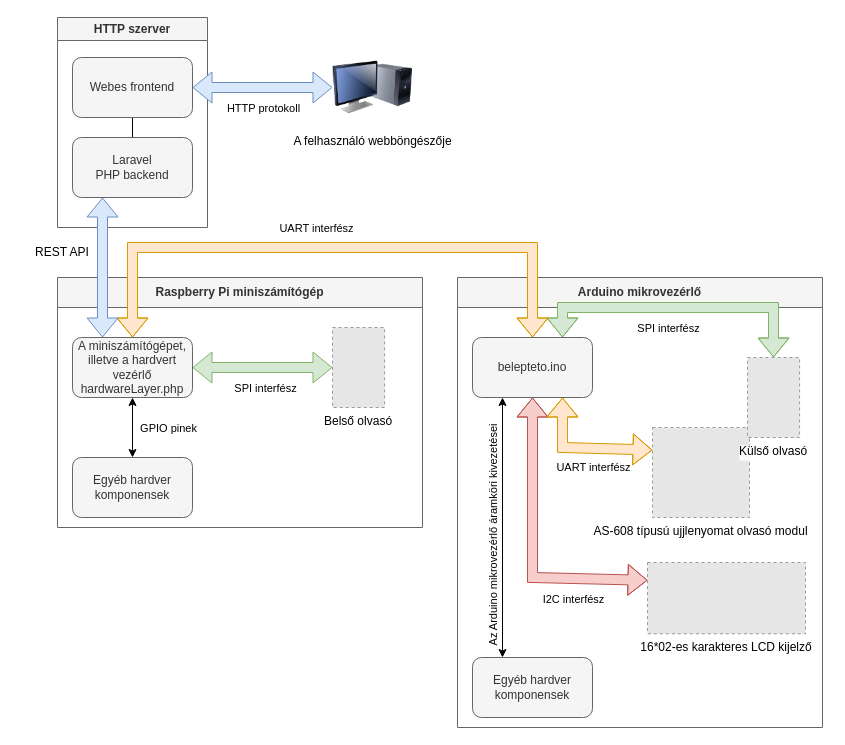
Before: documentation/images/belepteto-rendszerterv.drawio in Mlevike/okos-belepteto-rendszer, a draw.io diagram. Source tidied: cells renumbered, new cells numbered last; positions are measured from the earlier drawing's top-left corner, leaving out a move shared by most shapes. Both pictures are drawn from the tidied source at 100%, with x=0, y=0 at pixel (17, 17). Pictures stored in the file or linked from it are replaced by grey dashed boxes.
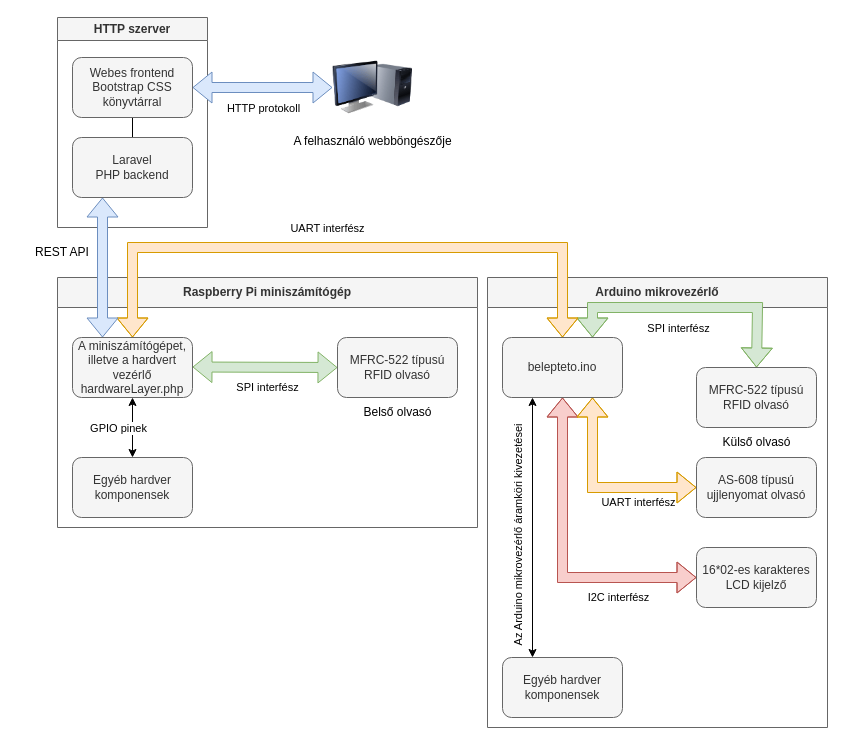
Above is the later version.

Unchanged cells that the change refers to:
```xml
<mxCell id="3" value="HTTP szerver" style="swimlane;whiteSpace=wrap;html=1;fillColor=#f5f5f5;fontColor=#333333;strokeColor=#666666;" parent="1" vertex="1">
  <mxGeometry x="40" width="150" height="210" as="geometry" />
</mxCell>
<mxCell id="12" value="A miniszámítógépet, illetve a hardvert vezérlő hardwareLayer.php" style="rounded=1;whiteSpace=wrap;html=1;fillColor=#f5f5f5;fontColor=#333333;strokeColor=#666666;" parent="10" vertex="1">
  <mxGeometry x="15" y="60" width="120" height="60" as="geometry" />
</mxCell>
<mxCell id="18" style="edgeStyle=orthogonalEdgeStyle;rounded=0;jettySize=auto;html=1;exitX=0.25;exitY=1;exitDx=0;exitDy=0;entryX=0.25;entryY=0;entryDx=0;entryDy=0;startArrow=classic;startFill=1;" parent="17" edge="1" source="20" target="24">
  <mxGeometry relative="1" as="geometry" />
</mxCell>
<mxCell id="20" value="belepteto.ino" style="rounded=1;whiteSpace=wrap;html=1;fillColor=#f5f5f5;fontColor=#333333;strokeColor=#666666;" parent="17" vertex="1">
  <mxGeometry x="15" y="60" width="120" height="60" as="geometry" />
</mxCell>
```

Change to the diagram source:
```diff
@@
-    <mxCell id="4" value="Webes frontend" style="rounded=1;whiteSpace=wrap;html=1;fillColor=#f5f5f5;fontColor=#333333;strokeColor=#666666;" parent="3" vertex="1">
+    <mxCell id="4" value="Webes frontend Bootstrap CSS könyvtárral" style="rounded=1;whiteSpace=wrap;html=1;fillColor=#f5f5f5;fontColor=#333333;strokeColor=#666666;" parent="3" vertex="1">
       <mxGeometry x="15" y="40" width="120" height="60" as="geometry" />
     </mxCell>
@@
     <mxCell id="10" value="Raspberry Pi miniszámítógép" style="swimlane;whiteSpace=wrap;html=1;startSize=30;fillColor=#f5f5f5;fontColor=#333333;strokeColor=#666666;" parent="1" vertex="1">
-      <mxGeometry x="40" y="260" width="365" height="250" as="geometry" />
+      <mxGeometry x="40" y="260" width="420" height="250" as="geometry" />
     </mxCell>
@@
-    <mxCell id="14" value="Belső olvasó" style="fillColor=#E6E6E6;strokeColor=#999999;dashed=1;verticalLabelPosition=bottom;labelBackgroundColor=default;verticalAlign=top;" parent="1" vertex="1">
-      <mxGeometry x="315" y="310" width="52.1" height="80" as="geometry" />
-    </mxCell>
-    <mxCell id="15" style="shape=flexArrow;endArrow=classic;startArrow=classic;html=1;rounded=0;exitX=1;exitY=0.5;exitDx=0;exitDy=0;entryX=0;entryY=0.5;entryDx=0;entryDy=0;fillColor=#d5e8d4;strokeColor=#82b366;" parent="1" edge="1" source="12" target="14">
-      <mxGeometry relative="1" as="geometry" />
+    <mxCell id="15" style="shape=flexArrow;endArrow=classic;startArrow=classic;html=1;rounded=0;exitX=1;exitY=0.5;exitDx=0;exitDy=0;entryX=0;entryY=0.5;entryDx=0;entryDy=0;fillColor=#d5e8d4;strokeColor=#82b366;" parent="10" edge="1" target="36">
+      <mxGeometry relative="1" as="geometry">
+        <mxPoint x="135" y="89.5" as="sourcePoint" />
+      </mxGeometry>
     </mxCell>
@@
+    <mxCell id="35" style="group;" parent="10" vertex="1">
+      <mxGeometry x="280" y="60" width="120" height="90" as="geometry" />
+    </mxCell>
+    <mxCell id="36" value="MFRC-522 típusú RFID olvasó" style="rounded=1;whiteSpace=wrap;html=1;fillColor=#f5f5f5;fontColor=#333333;strokeColor=#666666;" parent="35" vertex="1">
+      <mxGeometry width="120" height="60" as="geometry" />
+    </mxCell>
+    <mxCell id="14" value="Belső olvasó" style="text;html=1;align=center;verticalAlign=middle;points=[];strokeColor=none;fillColor=none;" parent="35" vertex="1">
+      <mxGeometry x="15" y="60" width="90" height="30" as="geometry" />
+    </mxCell>
     <mxCell id="17" value="Arduino mikrovezérlő" style="swimlane;whiteSpace=wrap;html=1;startSize=30;fillColor=#f5f5f5;fontColor=#333333;strokeColor=#666666;" parent="1" vertex="1">
-      <mxGeometry x="440" y="260" width="365" height="450" as="geometry" />
+      <mxGeometry x="470" y="260" width="340" height="450" as="geometry" />
     </mxCell>
@@
     <mxCell id="19" value="GPIO pinek" style="edgeLabel;html=1;align=center;verticalAlign=middle;rotation=0;" parent="18" vertex="1">
       <mxGeometry x="-0.04" y="1" relative="1" as="geometry">
-        <mxPoint x="-336" y="-95" as="offset" />
+        <mxPoint x="-416" y="-95" as="offset" />
       </mxGeometry>
     </mxCell>
@@
-    <mxCell id="21" value="16*02-es karakteres LCD kijelző" style="fillColor=#E6E6E6;strokeColor=#999999;dashed=1;verticalLabelPosition=bottom;labelBackgroundColor=default;verticalAlign=top;" parent="17" vertex="1">
-      <mxGeometry x="190" y="285" width="158" height="71.3" as="geometry" />
-    </mxCell>
-    <mxCell id="22" style="shape=flexArrow;endArrow=classic;startArrow=classic;html=1;rounded=0;entryX=0.5;entryY=1;entryDx=0;entryDy=0;exitX=0;exitY=0.25;exitDx=0;exitDy=0;fillColor=#f8cecc;strokeColor=#b85450;" parent="17" edge="1" source="21" target="20">
+    <mxCell id="22" style="shape=flexArrow;endArrow=classic;startArrow=classic;html=1;rounded=0;entryX=0.5;entryY=1;entryDx=0;entryDy=0;exitX=0;exitY=0.5;exitDx=0;exitDy=0;fillColor=#f8cecc;strokeColor=#b85450;" parent="17" edge="1" source="21" target="20">
       <mxGeometry relative="1" as="geometry">
         <Array as="points">
           <mxPoint x="75" y="300" />
         </Array>
       </mxGeometry>
     </mxCell>
     <mxCell id="23" value="I2C interfész" style="edgeLabel;html=1;align=center;verticalAlign=middle;" parent="22" vertex="1">
       <mxGeometry x="0.03" y="-2" relative="1" as="geometry">
-        <mxPoint x="38" y="58" as="offset" />
+        <mxPoint x="53" y="47" as="offset" />
       </mxGeometry>
     </mxCell>
@@
-    <mxCell id="25" style="shape=flexArrow;endArrow=classic;startArrow=classic;html=1;rounded=0;entryX=0.5;entryY=0;entryDx=0;entryDy=0;exitX=0.75;exitY=0;exitDx=0;exitDy=0;fillColor=#d5e8d4;strokeColor=#82b366;" parent="17" edge="1" source="20" target="30">
+    <mxCell id="25" style="shape=flexArrow;endArrow=classic;startArrow=classic;html=1;rounded=0;entryX=0.5;entryY=0;entryDx=0;entryDy=0;exitX=0.75;exitY=0;exitDx=0;exitDy=0;fillColor=#d5e8d4;strokeColor=#82b366;" parent="17" edge="1" source="20" target="38">
       <mxGeometry relative="1" as="geometry">
         <Array as="points">
           <mxPoint x="105" y="30" />
-          <mxPoint x="316" y="30" />
+          <mxPoint x="270" y="30" />
         </Array>
       </mxGeometry>
     </mxCell>
     <mxCell id="26" value="SPI interfész" style="edgeLabel;html=1;align=center;verticalAlign=middle;" parent="25" vertex="1">
       <mxGeometry x="0.03" y="-2" relative="1" as="geometry">
-        <mxPoint x="-15" y="18" as="offset" />
+        <mxPoint x="-16" y="18" as="offset" />
       </mxGeometry>
     </mxCell>
-    <mxCell id="27" value="AS-608 típusú ujjlenyomat olvasó modul" style="fillColor=#E6E6E6;strokeColor=#999999;dashed=1;verticalLabelPosition=bottom;labelBackgroundColor=default;verticalAlign=top;" parent="17" vertex="1">
-      <mxGeometry x="195" y="150" width="97" height="90" as="geometry" />
-    </mxCell>
-    <mxCell id="28" style="shape=flexArrow;endArrow=classic;startArrow=classic;html=1;rounded=0;entryX=0.75;entryY=1;entryDx=0;entryDy=0;exitX=0;exitY=0.25;exitDx=0;exitDy=0;fillColor=#ffe6cc;strokeColor=#d79b00;" parent="17" edge="1" source="27" target="20">
+    <mxCell id="28" style="shape=flexArrow;endArrow=classic;startArrow=classic;html=1;rounded=0;entryX=0.75;entryY=1;entryDx=0;entryDy=0;exitX=0;exitY=0.5;exitDx=0;exitDy=0;fillColor=#ffe6cc;strokeColor=#d79b00;" parent="17" edge="1" source="39" target="20">
       <mxGeometry relative="1" as="geometry">
         <Array as="points">
-          <mxPoint x="105" y="170" />
+          <mxPoint x="105" y="210" />
         </Array>
       </mxGeometry>
     </mxCell>
     <mxCell id="29" value="UART interfész" style="edgeLabel;html=1;align=center;verticalAlign=middle;" parent="28" vertex="1">
       <mxGeometry x="0.11" y="-4" relative="1" as="geometry">
-        <mxPoint x="18" y="23" as="offset" />
+        <mxPoint x="41" y="18" as="offset" />
       </mxGeometry>
     </mxCell>
+    <mxCell id="37" style="group;" parent="17" vertex="1">
+      <mxGeometry x="209" y="90" width="120" height="90" as="geometry" />
+    </mxCell>
+    <mxCell id="38" value="MFRC-522 típusú RFID olvasó" style="rounded=1;whiteSpace=wrap;html=1;fillColor=#f5f5f5;fontColor=#333333;strokeColor=#666666;" parent="37" vertex="1">
+      <mxGeometry width="120" height="60" as="geometry" />
+    </mxCell>
-    <mxCell id="30" value="Külső olvasó" style="fillColor=#E6E6E6;strokeColor=#999999;dashed=1;verticalLabelPosition=bottom;labelBackgroundColor=default;verticalAlign=top;" parent="17" vertex="1">
-      <mxGeometry x="290" y="80" width="52.1" height="80" as="geometry" />
+    <mxCell id="30" value="Külső olvasó" style="text;html=1;align=center;verticalAlign=middle;points=[];strokeColor=none;fillColor=none;" parent="37" vertex="1">
+      <mxGeometry x="15" y="60" width="90" height="30" as="geometry" />
     </mxCell>
+    <mxCell id="39" value="AS-608 típusú ujjlenyomat olvasó" style="rounded=1;whiteSpace=wrap;html=1;fillColor=#f5f5f5;fontColor=#333333;strokeColor=#666666;" parent="17" vertex="1">
+      <mxGeometry x="209" y="180" width="120" height="60" as="geometry" />
+    </mxCell>
+    <mxCell id="21" value="16*02-es karakteres LCD kijelző" style="rounded=1;whiteSpace=wrap;html=1;fillColor=#f5f5f5;fontColor=#333333;strokeColor=#666666;" parent="17" vertex="1">
+      <mxGeometry x="209" y="270" width="120" height="60" as="geometry" />
+    </mxCell>
+    <mxCell id="33" value="Az Arduino mikrovezérlő áramköri kivezetései" style="edgeLabel;html=1;align=center;verticalAlign=middle;rotation=-90;" parent="17" vertex="1">
+      <mxGeometry x="30" y="259" as="geometry" />
+    </mxCell>
     <mxCell id="31" style="shape=flexArrow;endArrow=classic;startArrow=classic;html=1;rounded=0;entryX=0.5;entryY=0;entryDx=0;entryDy=0;exitX=0.5;exitY=0;exitDx=0;exitDy=0;fillColor=#ffe6cc;strokeColor=#d79b00;" parent="1" edge="1" source="20" target="12">
       <mxGeometry relative="1" as="geometry">
         <Array as="points">
-          <mxPoint x="515" y="230" />
+          <mxPoint x="545" y="230" />
           <mxPoint x="115" y="230" />
         </Array>
       </mxGeometry>
     </mxCell>
@@
-    <mxCell id="33" value="Az Arduino mikrovezérlő áramköri kivezetései" style="edgeLabel;html=1;align=center;verticalAlign=middle;rotation=-90;" parent="1" vertex="1">
-      <mxGeometry x="475" y="519" as="geometry" />
-    </mxCell>
```
